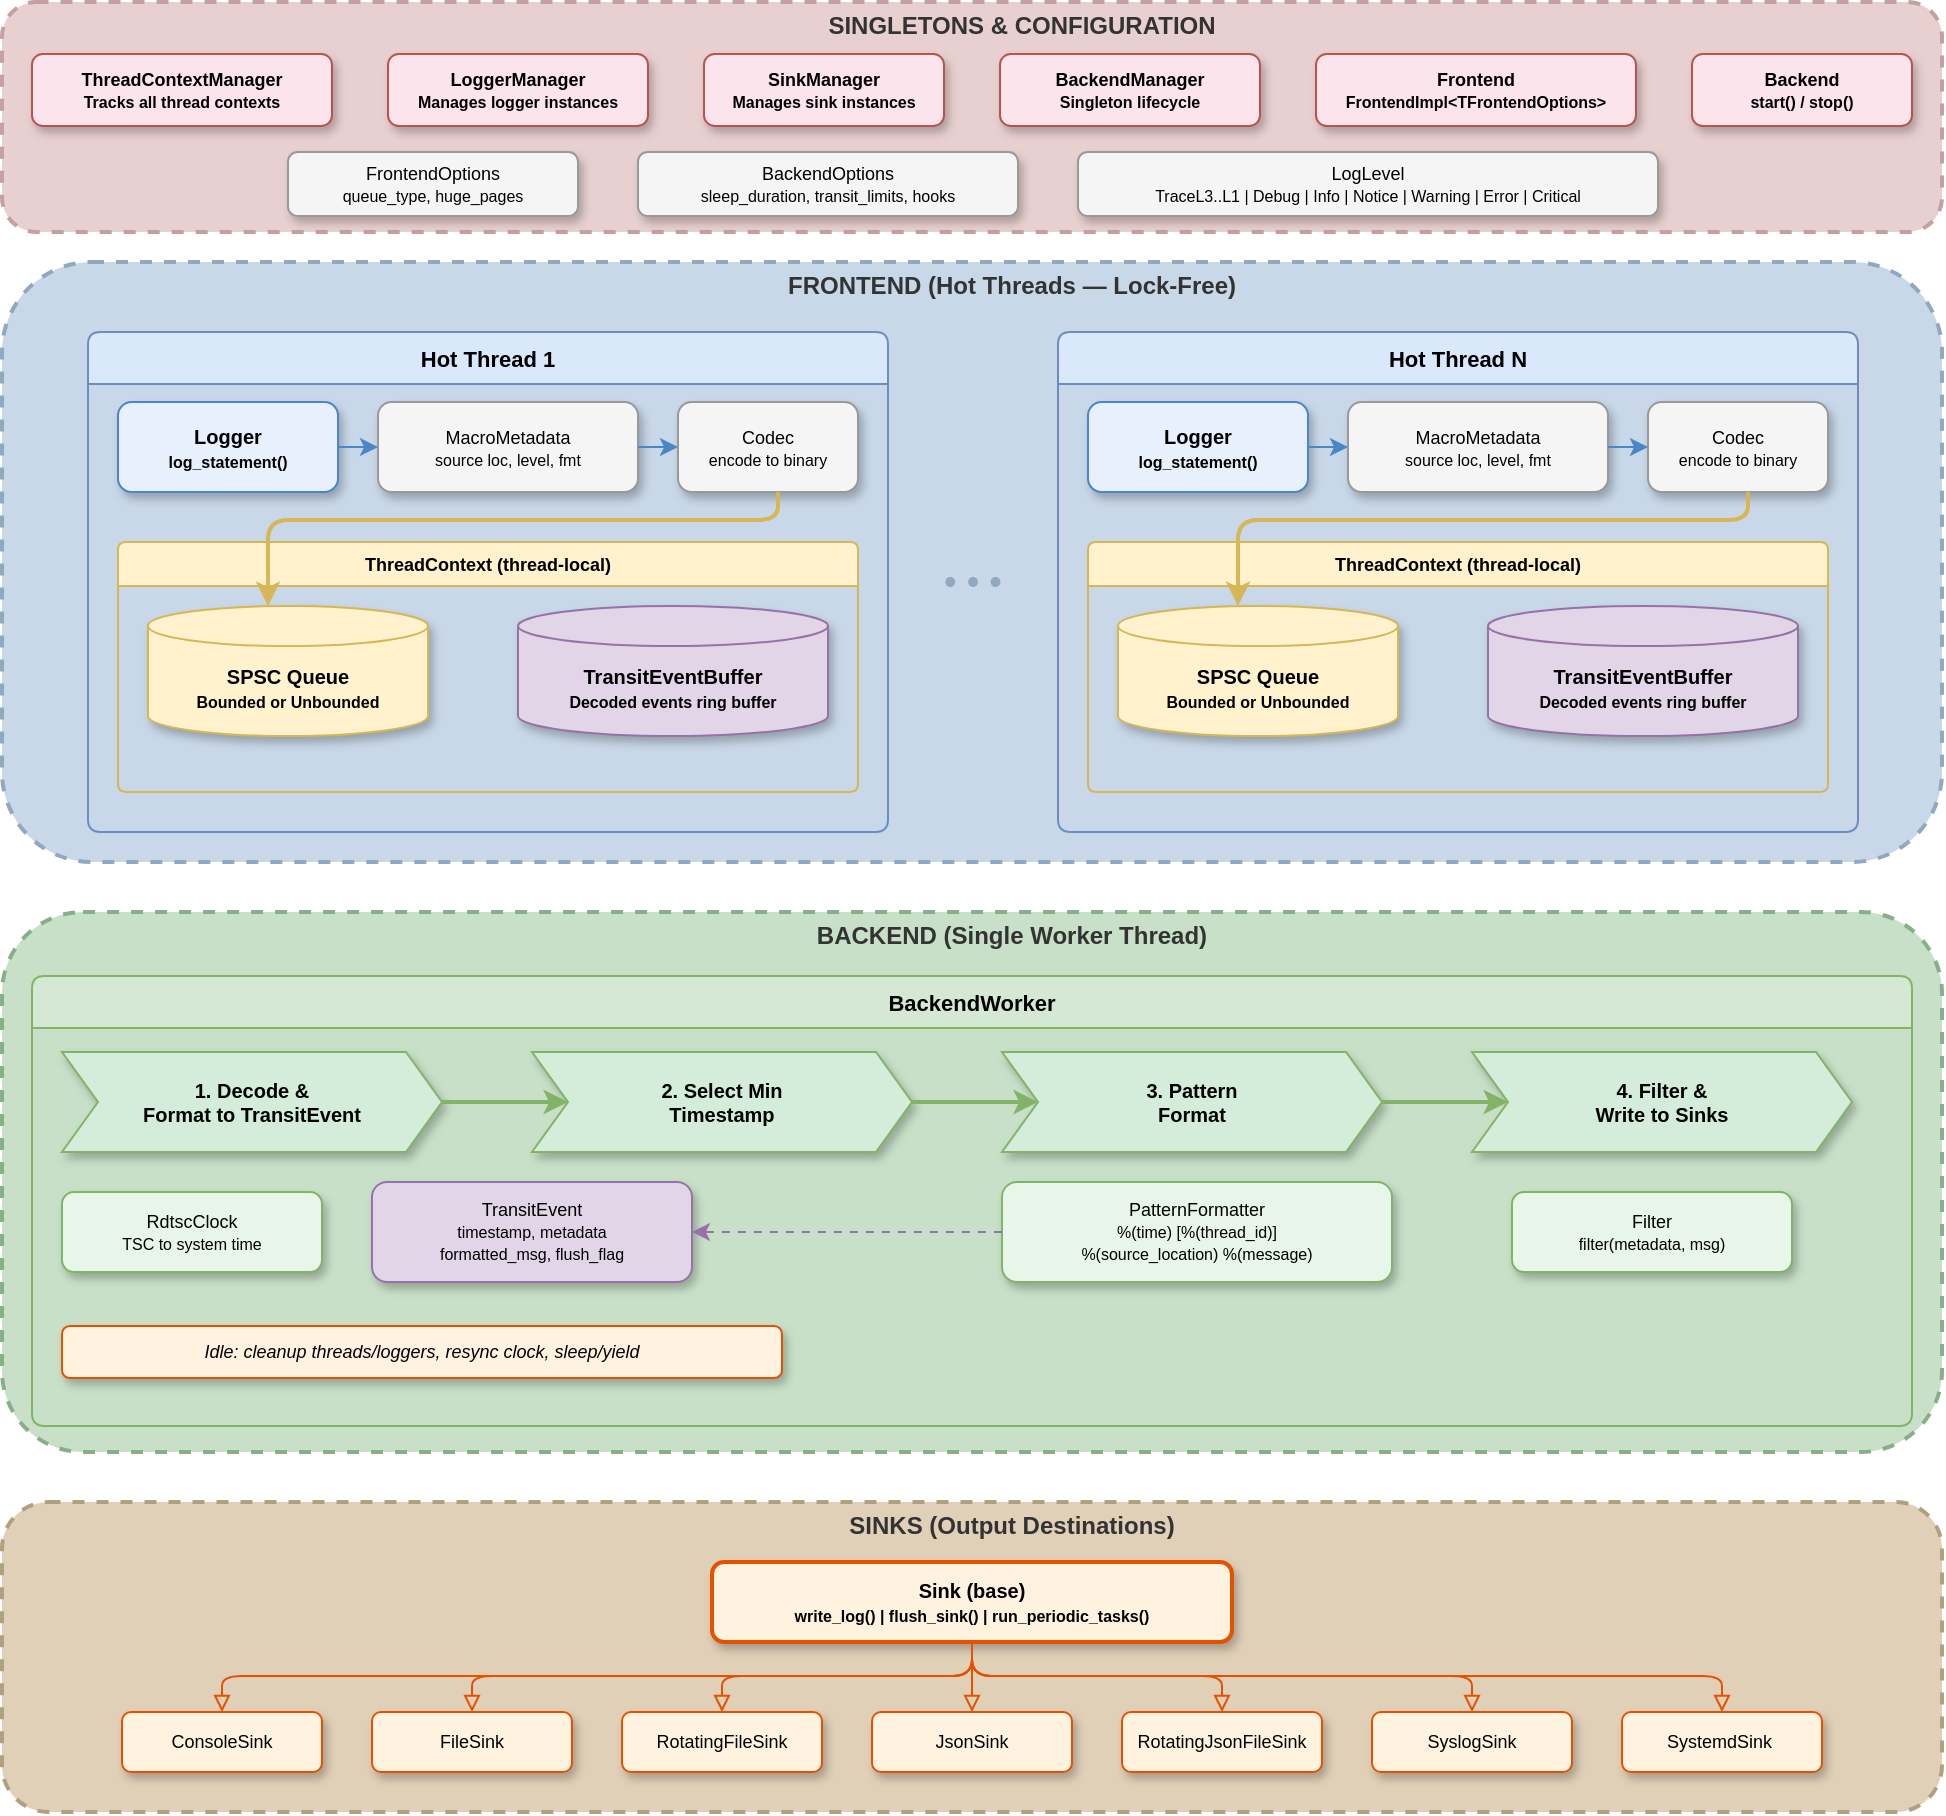
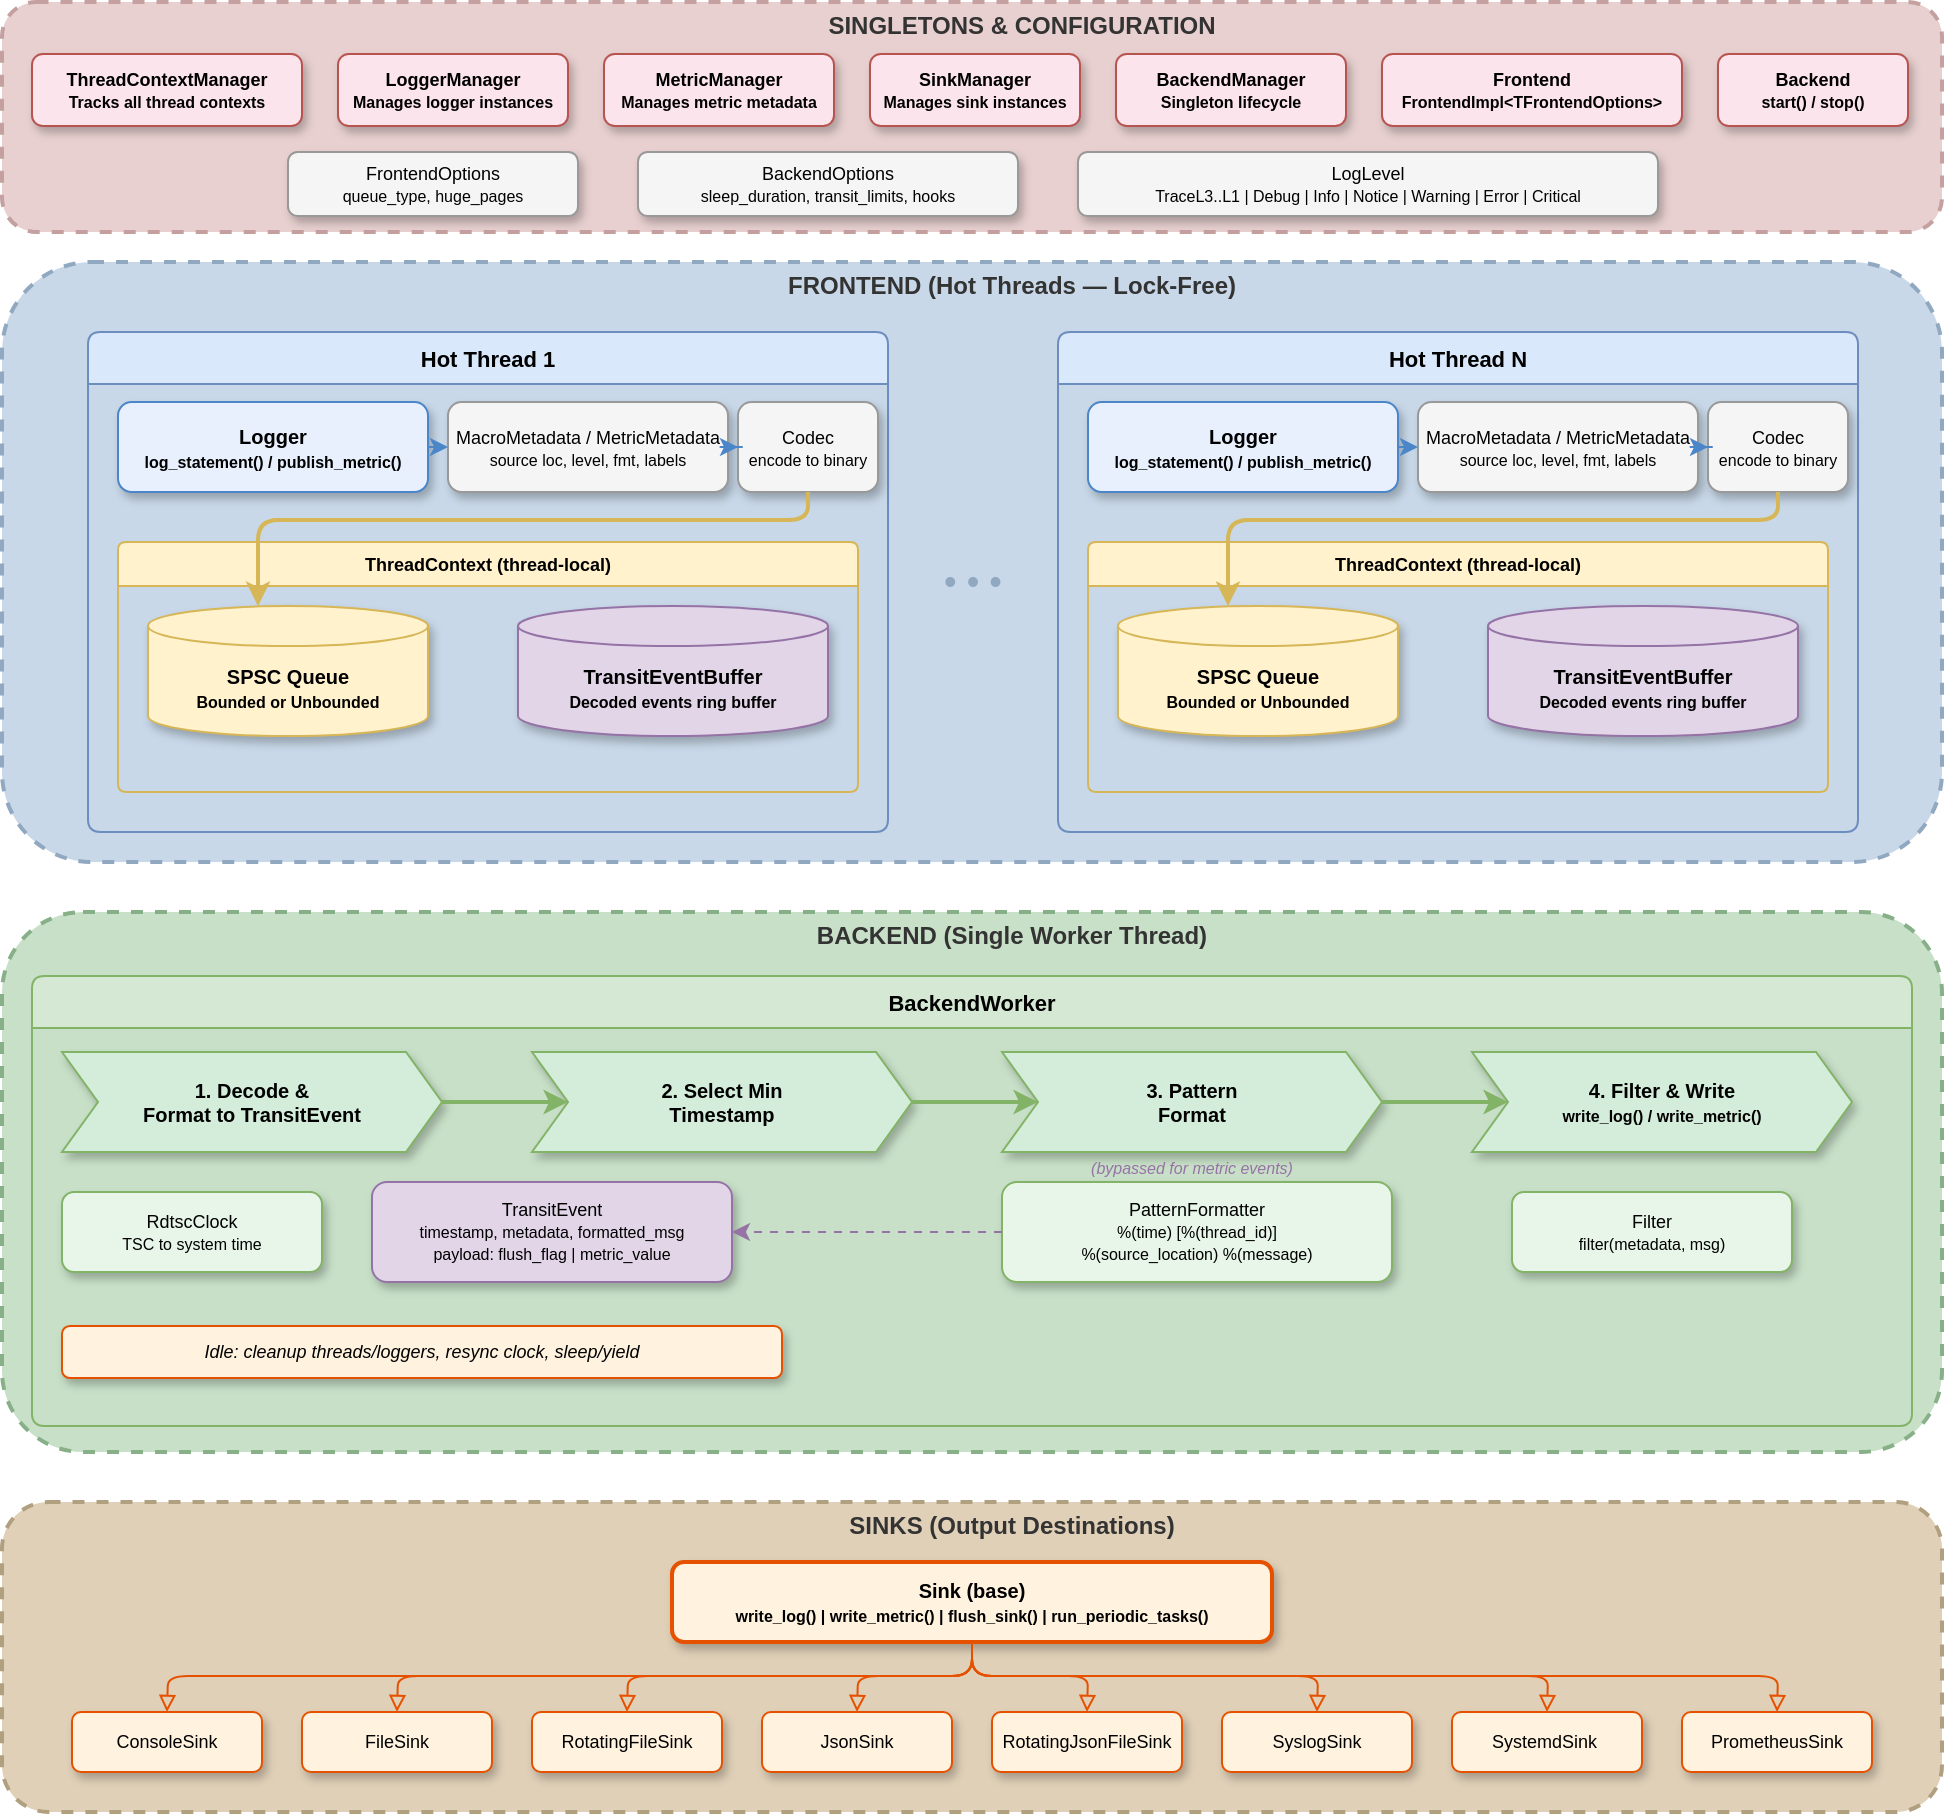
<mxfile host="app.diagrams.net" agent="Mozilla/5.0 (Macintosh; Intel Mac OS X 10_15_7) AppleWebKit/605.1.15 (KHTML, like Gecko) Version/26.3.1 Safari/605.1.15" version="29.6.6">
  <diagram name="Architecture Overview" id="quill-architecture">
    <mxGraphModel dx="1505" dy="960" grid="1" gridSize="10" guides="1" tooltips="1" connect="1" arrows="1" fold="1" page="1" pageScale="1" pageWidth="1200" pageHeight="1100" math="0" shadow="0">
      <root>
        <mxCell id="0" />
        <mxCell id="1" parent="0" />
        <mxCell id="5" parent="1" style="rounded=1;whiteSpace=wrap;html=1;fillColor=#E8D0D0;strokeColor=#C4A0A0;strokeWidth=2;dashed=1;" value="" vertex="1">
          <mxGeometry height="115" width="970" x="30" y="55" as="geometry" />
        </mxCell>
        <mxCell id="6" parent="1" style="text;html=1;fontSize=12;fontStyle=1;align=center;verticalAlign=middle;whiteSpace=wrap;fontColor=#333333;" value="SINGLETONS &amp;amp; CONFIGURATION" vertex="1">
          <mxGeometry height="24" width="300" x="390" y="55" as="geometry" />
        </mxCell>
        <mxCell id="61" parent="1" style="rounded=1;whiteSpace=wrap;html=1;fillColor=#fce4ec;strokeColor=#b85450;fontSize=9;fontStyle=1;shadow=1;" value="ThreadContextManager&lt;br&gt;&lt;font style=&quot;font-size:8px&quot;&gt;Tracks all thread contexts&lt;/font&gt;" vertex="1">
-           <mxGeometry height="36" width="150" x="45" y="81" as="geometry" />
+           <mxGeometry height="36" width="135" x="45" y="81" as="geometry" />
        </mxCell>
        <mxCell id="62" parent="1" style="rounded=1;whiteSpace=wrap;html=1;fillColor=#fce4ec;strokeColor=#b85450;fontSize=9;fontStyle=1;shadow=1;" value="LoggerManager&lt;br&gt;&lt;font style=&quot;font-size:8px&quot;&gt;Manages logger instances&lt;/font&gt;" vertex="1">
-           <mxGeometry height="36" width="130" x="223" y="81" as="geometry" />
+           <mxGeometry height="36" width="115" x="198" y="81" as="geometry" />
+         </mxCell>
+         <mxCell id="200" parent="1" style="rounded=1;whiteSpace=wrap;html=1;fillColor=#fce4ec;strokeColor=#b85450;fontSize=9;fontStyle=1;shadow=1;" value="MetricManager&lt;br&gt;&lt;font style=&quot;font-size:8px&quot;&gt;Manages metric metadata&lt;/font&gt;" vertex="1">
+           <mxGeometry height="36" width="115" x="331" y="81" as="geometry" />
        </mxCell>
        <mxCell id="69" parent="1" style="rounded=1;whiteSpace=wrap;html=1;fillColor=#fce4ec;strokeColor=#b85450;fontSize=9;fontStyle=1;shadow=1;" value="SinkManager&lt;br&gt;&lt;font style=&quot;font-size:8px&quot;&gt;Manages sink instances&lt;/font&gt;" vertex="1">
-           <mxGeometry height="36" width="120" x="381" y="81" as="geometry" />
+           <mxGeometry height="36" width="105" x="464" y="81" as="geometry" />
        </mxCell>
        <mxCell id="63" parent="1" style="rounded=1;whiteSpace=wrap;html=1;fillColor=#fce4ec;strokeColor=#b85450;fontSize=9;fontStyle=1;shadow=1;" value="BackendManager&lt;br&gt;&lt;font style=&quot;font-size:8px&quot;&gt;Singleton lifecycle&lt;/font&gt;" vertex="1">
-           <mxGeometry height="36" width="130" x="529" y="81" as="geometry" />
+           <mxGeometry height="36" width="115" x="587" y="81" as="geometry" />
        </mxCell>
        <mxCell id="64" parent="1" style="rounded=1;whiteSpace=wrap;html=1;fillColor=#fce4ec;strokeColor=#b85450;fontSize=9;fontStyle=1;shadow=1;" value="Frontend&lt;br&gt;&lt;font style=&quot;font-size:8px&quot;&gt;FrontendImpl&amp;lt;TFrontendOptions&amp;gt;&lt;/font&gt;" vertex="1">
-           <mxGeometry height="36" width="160" x="687" y="81" as="geometry" />
+           <mxGeometry height="36" width="150" x="720" y="81" as="geometry" />
        </mxCell>
        <mxCell id="65" parent="1" style="rounded=1;whiteSpace=wrap;html=1;fillColor=#fce4ec;strokeColor=#b85450;fontSize=9;fontStyle=1;shadow=1;" value="Backend&lt;br&gt;&lt;font style=&quot;font-size:8px&quot;&gt;start() / stop()&lt;/font&gt;" vertex="1">
-           <mxGeometry height="36" width="110" x="875" y="81" as="geometry" />
+           <mxGeometry height="36" width="95" x="888" y="81" as="geometry" />
        </mxCell>
        <mxCell id="66" parent="1" style="rounded=1;whiteSpace=wrap;html=1;fillColor=#f5f5f5;strokeColor=#999;fontSize=9;shadow=1;" value="FrontendOptions&lt;br&gt;&lt;font style=&quot;font-size:8px&quot;&gt;queue_type, huge_pages&lt;/font&gt;" vertex="1">
          <mxGeometry height="32" width="145" x="173" y="130" as="geometry" />
        </mxCell>
        <mxCell id="67" parent="1" style="rounded=1;whiteSpace=wrap;html=1;fillColor=#f5f5f5;strokeColor=#999;fontSize=9;shadow=1;" value="BackendOptions&lt;br&gt;&lt;font style=&quot;font-size:8px&quot;&gt;sleep_duration, transit_limits, hooks&lt;/font&gt;" vertex="1">
          <mxGeometry height="32" width="190" x="348" y="130" as="geometry" />
        </mxCell>
        <mxCell id="68" parent="1" style="rounded=1;whiteSpace=wrap;html=1;fillColor=#f5f5f5;strokeColor=#999;fontSize=9;shadow=1;" value="LogLevel&lt;br&gt;&lt;font style=&quot;font-size:8px&quot;&gt;TraceL3..L1 | Debug | Info | Notice | Warning | Error | Critical&lt;/font&gt;" vertex="1">
          <mxGeometry height="32" width="290" x="568" y="130" as="geometry" />
        </mxCell>
        <mxCell id="3" parent="1" style="rounded=1;whiteSpace=wrap;html=1;fillColor=#C8D8E8;strokeColor=#90A8C0;strokeWidth=2;dashed=1;" value="" vertex="1">
          <mxGeometry height="300" width="970" x="30" y="185" as="geometry" />
        </mxCell>
        <mxCell id="4" parent="1" style="text;html=1;fontSize=12;fontStyle=1;align=center;verticalAlign=middle;whiteSpace=wrap;fontColor=#333333;" value="FRONTEND  (Hot Threads — Lock-Free)" vertex="1">
          <mxGeometry height="24" width="300" x="385" y="185" as="geometry" />
        </mxCell>
        <mxCell id="10" parent="1" style="swimlane;startSize=26;fillColor=#dae8fc;strokeColor=#6c8ebf;rounded=1;arcSize=8;fontStyle=1;fontSize=11;swimlaneLine=1;" value="Hot Thread 1" vertex="1">
          <mxGeometry height="250" width="400" x="73" y="220" as="geometry" />
        </mxCell>
-         <mxCell id="11" parent="10" style="rounded=1;whiteSpace=wrap;html=1;fillColor=#e8f0fe;strokeColor=#4a86c8;fontStyle=1;fontSize=10;shadow=1;" value="Logger&lt;br&gt;&lt;font style=&quot;font-size:8px&quot;&gt;log_statement()&lt;/font&gt;" vertex="1">
-           <mxGeometry height="45" width="110" x="15" y="35" as="geometry" />
-         </mxCell>
-         <mxCell id="12" parent="10" style="rounded=1;whiteSpace=wrap;html=1;fillColor=#f5f5f5;strokeColor=#999;fontSize=9;shadow=1;" value="MacroMetadata&lt;br&gt;&lt;font style=&quot;font-size:8px&quot;&gt;source loc, level, fmt&lt;/font&gt;" vertex="1">
-           <mxGeometry height="45" width="130" x="145" y="35" as="geometry" />
+         <mxCell id="11" parent="10" style="rounded=1;whiteSpace=wrap;html=1;fillColor=#e8f0fe;strokeColor=#4a86c8;fontStyle=1;fontSize=10;shadow=1;" value="Logger&lt;br&gt;&lt;font style=&quot;font-size:8px&quot;&gt;log_statement() / publish_metric()&lt;/font&gt;" vertex="1">
+           <mxGeometry height="45" width="155" x="15" y="35" as="geometry" />
+         </mxCell>
+         <mxCell id="12" parent="10" style="rounded=1;whiteSpace=wrap;html=1;fillColor=#f5f5f5;strokeColor=#999;fontSize=9;shadow=1;" value="MacroMetadata / MetricMetadata&lt;br&gt;&lt;font style=&quot;font-size:8px&quot;&gt;source loc, level, fmt, labels&lt;/font&gt;" vertex="1">
+           <mxGeometry height="45" width="140" x="180" y="35" as="geometry" />
        </mxCell>
        <mxCell id="13" parent="10" style="rounded=1;whiteSpace=wrap;html=1;fillColor=#f5f5f5;strokeColor=#999;fontSize=9;shadow=1;" value="Codec&lt;T&gt;&lt;br&gt;&lt;font style=&quot;font-size:8px&quot;&gt;encode to binary&lt;/font&gt;" vertex="1">
-           <mxGeometry height="45" width="90" x="295" y="35" as="geometry" />
+           <mxGeometry height="45" width="70" x="325" y="35" as="geometry" />
        </mxCell>
        <mxCell id="14" parent="10" style="swimlane;startSize=22;fillColor=#fff2cc;strokeColor=#d6b656;rounded=1;arcSize=6;fontStyle=1;fontSize=9;" value="ThreadContext (thread-local)" vertex="1">
          <mxGeometry height="125" width="370" x="15" y="105" as="geometry" />
        </mxCell>
        <mxCell id="15" parent="14" style="shape=cylinder3;whiteSpace=wrap;html=1;boundedLbl=1;backgroundOutline=1;size=10;fillColor=#fff2cc;strokeColor=#d6b656;fontSize=10;fontStyle=1;shadow=1;" value="SPSC Queue&lt;br&gt;&lt;font style=&quot;font-size:8px&quot;&gt;Bounded or Unbounded&lt;/font&gt;" vertex="1">
          <mxGeometry height="65" width="140" x="15" y="32" as="geometry" />
        </mxCell>
        <mxCell id="16" parent="14" style="shape=cylinder3;whiteSpace=wrap;html=1;boundedLbl=1;backgroundOutline=1;size=10;fillColor=#e1d5e7;strokeColor=#9673a6;fontSize=10;fontStyle=1;shadow=1;" value="TransitEventBuffer&lt;br&gt;&lt;font style=&quot;font-size:8px&quot;&gt;Decoded events ring buffer&lt;/font&gt;" vertex="1">
          <mxGeometry height="65" width="155" x="200" y="32" as="geometry" />
        </mxCell>
        <mxCell id="20" edge="1" parent="10" source="11" style="edgeStyle=orthogonalEdgeStyle;rounded=1;strokeColor=#4a86c8;" target="12">
          <mxGeometry relative="1" as="geometry" />
        </mxCell>
        <mxCell id="21" edge="1" parent="10" source="12" style="edgeStyle=orthogonalEdgeStyle;rounded=1;strokeColor=#4a86c8;" target="13">
          <mxGeometry relative="1" as="geometry" />
        </mxCell>
        <mxCell id="22" edge="1" parent="10" source="13" style="edgeStyle=orthogonalEdgeStyle;rounded=1;strokeColor=#d6b656;strokeWidth=2;" target="15">
          <mxGeometry relative="1" as="geometry">
            <Array as="points">
-               <mxPoint x="345" y="94" />
-               <mxPoint x="90" y="94" />
+               <mxPoint x="360" y="94" />
+               <mxPoint x="85" y="94" />
            </Array>
          </mxGeometry>
        </mxCell>
        <mxCell id="30" parent="1" style="swimlane;startSize=26;fillColor=#dae8fc;strokeColor=#6c8ebf;rounded=1;arcSize=8;fontStyle=1;fontSize=11;swimlaneLine=1;" value="Hot Thread N" vertex="1">
          <mxGeometry height="250" width="400" x="558" y="220" as="geometry" />
        </mxCell>
-         <mxCell id="31" parent="30" style="rounded=1;whiteSpace=wrap;html=1;fillColor=#e8f0fe;strokeColor=#4a86c8;fontStyle=1;fontSize=10;shadow=1;" value="Logger&lt;br&gt;&lt;font style=&quot;font-size:8px&quot;&gt;log_statement()&lt;/font&gt;" vertex="1">
-           <mxGeometry height="45" width="110" x="15" y="35" as="geometry" />
-         </mxCell>
-         <mxCell id="32" parent="30" style="rounded=1;whiteSpace=wrap;html=1;fillColor=#f5f5f5;strokeColor=#999;fontSize=9;shadow=1;" value="MacroMetadata&lt;br&gt;&lt;font style=&quot;font-size:8px&quot;&gt;source loc, level, fmt&lt;/font&gt;" vertex="1">
-           <mxGeometry height="45" width="130" x="145" y="35" as="geometry" />
+         <mxCell id="31" parent="30" style="rounded=1;whiteSpace=wrap;html=1;fillColor=#e8f0fe;strokeColor=#4a86c8;fontStyle=1;fontSize=10;shadow=1;" value="Logger&lt;br&gt;&lt;font style=&quot;font-size:8px&quot;&gt;log_statement() / publish_metric()&lt;/font&gt;" vertex="1">
+           <mxGeometry height="45" width="155" x="15" y="35" as="geometry" />
+         </mxCell>
+         <mxCell id="32" parent="30" style="rounded=1;whiteSpace=wrap;html=1;fillColor=#f5f5f5;strokeColor=#999;fontSize=9;shadow=1;" value="MacroMetadata / MetricMetadata&lt;br&gt;&lt;font style=&quot;font-size:8px&quot;&gt;source loc, level, fmt, labels&lt;/font&gt;" vertex="1">
+           <mxGeometry height="45" width="140" x="180" y="35" as="geometry" />
        </mxCell>
        <mxCell id="33" parent="30" style="rounded=1;whiteSpace=wrap;html=1;fillColor=#f5f5f5;strokeColor=#999;fontSize=9;shadow=1;" value="Codec&lt;T&gt;&lt;br&gt;&lt;font style=&quot;font-size:8px&quot;&gt;encode to binary&lt;/font&gt;" vertex="1">
-           <mxGeometry height="45" width="90" x="295" y="35" as="geometry" />
+           <mxGeometry height="45" width="70" x="325" y="35" as="geometry" />
        </mxCell>
        <mxCell id="34" parent="30" style="swimlane;startSize=22;fillColor=#fff2cc;strokeColor=#d6b656;rounded=1;arcSize=6;fontStyle=1;fontSize=9;" value="ThreadContext (thread-local)" vertex="1">
          <mxGeometry height="125" width="370" x="15" y="105" as="geometry" />
        </mxCell>
        <mxCell id="35" parent="34" style="shape=cylinder3;whiteSpace=wrap;html=1;boundedLbl=1;backgroundOutline=1;size=10;fillColor=#fff2cc;strokeColor=#d6b656;fontSize=10;fontStyle=1;shadow=1;" value="SPSC Queue&lt;br&gt;&lt;font style=&quot;font-size:8px&quot;&gt;Bounded or Unbounded&lt;/font&gt;" vertex="1">
          <mxGeometry height="65" width="140" x="15" y="32" as="geometry" />
        </mxCell>
        <mxCell id="36" parent="34" style="shape=cylinder3;whiteSpace=wrap;html=1;boundedLbl=1;backgroundOutline=1;size=10;fillColor=#e1d5e7;strokeColor=#9673a6;fontSize=10;fontStyle=1;shadow=1;" value="TransitEventBuffer&lt;br&gt;&lt;font style=&quot;font-size:8px&quot;&gt;Decoded events ring buffer&lt;/font&gt;" vertex="1">
          <mxGeometry height="65" width="155" x="200" y="32" as="geometry" />
        </mxCell>
        <mxCell id="40" edge="1" parent="30" source="31" style="edgeStyle=orthogonalEdgeStyle;rounded=1;strokeColor=#4a86c8;" target="32">
          <mxGeometry relative="1" as="geometry" />
        </mxCell>
        <mxCell id="41" edge="1" parent="30" source="32" style="edgeStyle=orthogonalEdgeStyle;rounded=1;strokeColor=#4a86c8;" target="33">
          <mxGeometry relative="1" as="geometry" />
        </mxCell>
        <mxCell id="42" edge="1" parent="30" source="33" style="edgeStyle=orthogonalEdgeStyle;rounded=1;strokeColor=#d6b656;strokeWidth=2;" target="35">
          <mxGeometry relative="1" as="geometry">
            <Array as="points">
-               <mxPoint x="345" y="94" />
-               <mxPoint x="90" y="94" />
+               <mxPoint x="360" y="94" />
+               <mxPoint x="85" y="94" />
            </Array>
          </mxGeometry>
        </mxCell>
        <mxCell id="50" parent="1" style="text;html=1;fontSize=18;fontStyle=0;align=center;verticalAlign=middle;fontColor=#90A8C0;" value="&amp;bull; &amp;bull; &amp;bull;" vertex="1">
          <mxGeometry height="30" width="70" x="480" y="330" as="geometry" />
        </mxCell>
        <mxCell id="70" parent="1" style="rounded=1;whiteSpace=wrap;html=1;fillColor=#C8E0C8;strokeColor=#88B088;strokeWidth=2;dashed=1;" value="" vertex="1">
          <mxGeometry height="270" width="970" x="30" y="510" as="geometry" />
        </mxCell>
        <mxCell id="71" parent="1" style="text;html=1;fontSize=12;fontStyle=1;align=center;verticalAlign=middle;whiteSpace=wrap;fontColor=#333333;" value="BACKEND  (Single Worker Thread)" vertex="1">
          <mxGeometry height="24" width="300" x="385" y="510" as="geometry" />
        </mxCell>
        <mxCell id="80" parent="1" style="swimlane;startSize=26;fillColor=#d5e8d4;strokeColor=#82b366;rounded=1;arcSize=8;fontStyle=1;fontSize=11;" value="BackendWorker" vertex="1">
          <mxGeometry height="225" width="940" x="45" y="542" as="geometry" />
        </mxCell>
        <mxCell id="81" parent="80" style="shape=step;perimeter=stepPerimeter;whiteSpace=wrap;html=1;fixedSize=1;size=18;fillColor=#d4edda;strokeColor=#82b366;fontSize=10;fontStyle=1;shadow=1;" value="1. Decode &amp;amp;&lt;br&gt;Format to TransitEvent" vertex="1">
          <mxGeometry height="50" width="190" x="15" y="38" as="geometry" />
        </mxCell>
        <mxCell id="82" parent="80" style="shape=step;perimeter=stepPerimeter;whiteSpace=wrap;html=1;fixedSize=1;size=18;fillColor=#d4edda;strokeColor=#82b366;fontSize=10;fontStyle=1;shadow=1;" value="2. Select Min&lt;br&gt;Timestamp" vertex="1">
          <mxGeometry height="50" width="190" x="250" y="38" as="geometry" />
        </mxCell>
        <mxCell id="83" parent="80" style="shape=step;perimeter=stepPerimeter;whiteSpace=wrap;html=1;fixedSize=1;size=18;fillColor=#d4edda;strokeColor=#82b366;fontSize=10;fontStyle=1;shadow=1;" value="3. Pattern&lt;br&gt;Format" vertex="1">
          <mxGeometry height="50" width="190" x="485" y="38" as="geometry" />
        </mxCell>
-         <mxCell id="84" parent="80" style="shape=step;perimeter=stepPerimeter;whiteSpace=wrap;html=1;fixedSize=1;size=18;fillColor=#d4edda;strokeColor=#82b366;fontSize=10;fontStyle=1;shadow=1;" value="4. Filter &amp;amp;&lt;br&gt;Write to Sinks" vertex="1">
+         <mxCell id="84" parent="80" style="shape=step;perimeter=stepPerimeter;whiteSpace=wrap;html=1;fixedSize=1;size=18;fillColor=#d4edda;strokeColor=#82b366;fontSize=10;fontStyle=1;shadow=1;" value="4. Filter &amp;amp; Write&lt;br&gt;&lt;font style=&quot;font-size:8px&quot;&gt;write_log() / write_metric()&lt;/font&gt;" vertex="1">
          <mxGeometry height="50" width="190" x="720" y="38" as="geometry" />
        </mxCell>
        <mxCell id="87" edge="1" parent="80" source="81" style="rounded=1;strokeColor=#82b366;strokeWidth=2;" target="82">
          <mxGeometry relative="1" as="geometry" />
        </mxCell>
        <mxCell id="88" edge="1" parent="80" source="82" style="rounded=1;strokeColor=#82b366;strokeWidth=2;" target="83">
          <mxGeometry relative="1" as="geometry" />
        </mxCell>
        <mxCell id="89" edge="1" parent="80" source="83" style="rounded=1;strokeColor=#82b366;strokeWidth=2;" target="84">
          <mxGeometry relative="1" as="geometry" />
+         </mxCell>
+         <mxCell id="201" parent="80" style="text;html=1;align=center;verticalAlign=middle;whiteSpace=wrap;fontSize=8;fontStyle=2;fontColor=#9673a6;" value="(bypassed for metric events)" vertex="1">
+           <mxGeometry height="13" width="170" x="495" y="89" as="geometry" />
        </mxCell>
        <mxCell id="92" parent="80" style="rounded=1;whiteSpace=wrap;html=1;fillColor=#e8f5e9;strokeColor=#82b366;fontSize=9;shadow=1;" value="RdtscClock&lt;br&gt;&lt;font style=&quot;font-size:8px&quot;&gt;TSC to system time&lt;/font&gt;" vertex="1">
          <mxGeometry height="40" width="130" x="15" y="108" as="geometry" />
        </mxCell>
-         <mxCell id="93" parent="80" style="rounded=1;whiteSpace=wrap;html=1;fillColor=#e1d5e7;strokeColor=#9673a6;fontSize=9;shadow=1;" value="TransitEvent&lt;br&gt;&lt;font style=&quot;font-size:8px&quot;&gt;timestamp, metadata&lt;br&gt;formatted_msg, flush_flag&lt;/font&gt;" vertex="1">
-           <mxGeometry height="50" width="160" x="170" y="103" as="geometry" />
+         <mxCell id="93" parent="80" style="rounded=1;whiteSpace=wrap;html=1;fillColor=#e1d5e7;strokeColor=#9673a6;fontSize=9;shadow=1;" value="TransitEvent&lt;br&gt;&lt;font style=&quot;font-size:8px&quot;&gt;timestamp, metadata, formatted_msg&lt;br&gt;payload: flush_flag | metric_value&lt;/font&gt;" vertex="1">
+           <mxGeometry height="50" width="180" x="170" y="103" as="geometry" />
        </mxCell>
        <mxCell id="94" parent="80" style="rounded=1;whiteSpace=wrap;html=1;fillColor=#e8f5e9;strokeColor=#82b366;fontSize=9;shadow=1;" value="PatternFormatter&lt;br&gt;&lt;font style=&quot;font-size:8px&quot;&gt;%(time) [%(thread_id)]&lt;br&gt;%(source_location) %(message)&lt;/font&gt;" vertex="1">
          <mxGeometry height="50" width="195" x="485" y="103" as="geometry" />
        </mxCell>
        <mxCell id="95" parent="80" style="rounded=1;whiteSpace=wrap;html=1;fillColor=#e8f5e9;strokeColor=#82b366;fontSize=9;shadow=1;" value="Filter&lt;br&gt;&lt;font style=&quot;font-size:8px&quot;&gt;filter(metadata, msg)&lt;/font&gt;" vertex="1">
          <mxGeometry height="40" width="140" x="740" y="108" as="geometry" />
        </mxCell>
        <mxCell id="96" parent="80" style="rounded=1;whiteSpace=wrap;html=1;fillColor=#fff3e0;strokeColor=#e65100;fontSize=9;fontStyle=2;shadow=1;" value="Idle: cleanup threads/loggers, resync clock, sleep/yield" vertex="1">
          <mxGeometry height="26" width="360" x="15" y="175" as="geometry" />
        </mxCell>
        <mxCell id="97" edge="1" parent="80" source="94" style="rounded=1;strokeColor=#9673a6;strokeWidth=1;dashed=1;dashPattern=4 4;fontStyle=2;fontSize=8;labelBackgroundColor=none;" target="93" value="">
          <mxGeometry relative="1" as="geometry" />
        </mxCell>
        <mxCell id="110" parent="1" style="rounded=1;whiteSpace=wrap;html=1;fillColor=#E0D0B8;strokeColor=#B0A080;strokeWidth=2;dashed=1;" value="" vertex="1">
          <mxGeometry height="155" width="970" x="30" y="805" as="geometry" />
        </mxCell>
        <mxCell id="111" parent="1" style="text;html=1;fontSize=12;fontStyle=1;align=center;verticalAlign=middle;whiteSpace=wrap;fontColor=#333333;" value="SINKS  (Output Destinations)" vertex="1">
          <mxGeometry height="24" width="300" x="385" y="805" as="geometry" />
        </mxCell>
-         <mxCell id="120" parent="1" style="rounded=1;whiteSpace=wrap;html=1;fillColor=#fff3e0;strokeColor=#e65100;fontSize=10;fontStyle=1;shadow=1;strokeWidth=2;" value="Sink (base)&lt;br&gt;&lt;font style=&quot;font-size:8px&quot;&gt;write_log() | flush_sink() | run_periodic_tasks()&lt;/font&gt;" vertex="1">
-           <mxGeometry height="40" width="260" x="385" y="835" as="geometry" />
+         <mxCell id="120" parent="1" style="rounded=1;whiteSpace=wrap;html=1;fillColor=#fff3e0;strokeColor=#e65100;fontSize=10;fontStyle=1;shadow=1;strokeWidth=2;" value="Sink (base)&lt;br&gt;&lt;font style=&quot;font-size:8px&quot;&gt;write_log() | write_metric() | flush_sink() | run_periodic_tasks()&lt;/font&gt;" vertex="1">
+           <mxGeometry height="40" width="300" x="365" y="835" as="geometry" />
        </mxCell>
        <mxCell id="121" parent="1" style="rounded=1;whiteSpace=wrap;html=1;fillColor=#fff3e0;strokeColor=#e65100;fontSize=9;shadow=1;" value="ConsoleSink" vertex="1">
-           <mxGeometry height="30" width="100" x="90" y="910" as="geometry" />
+           <mxGeometry height="30" width="95" x="65" y="910" as="geometry" />
        </mxCell>
        <mxCell id="122" parent="1" style="rounded=1;whiteSpace=wrap;html=1;fillColor=#fff3e0;strokeColor=#e65100;fontSize=9;shadow=1;" value="FileSink" vertex="1">
-           <mxGeometry height="30" width="100" x="215" y="910" as="geometry" />
+           <mxGeometry height="30" width="95" x="180" y="910" as="geometry" />
        </mxCell>
        <mxCell id="123" parent="1" style="rounded=1;whiteSpace=wrap;html=1;fillColor=#fff3e0;strokeColor=#e65100;fontSize=9;shadow=1;" value="RotatingFileSink" vertex="1">
-           <mxGeometry height="30" width="100" x="340" y="910" as="geometry" />
+           <mxGeometry height="30" width="95" x="295" y="910" as="geometry" />
        </mxCell>
        <mxCell id="124" parent="1" style="rounded=1;whiteSpace=wrap;html=1;fillColor=#fff3e0;strokeColor=#e65100;fontSize=9;shadow=1;" value="JsonSink" vertex="1">
-           <mxGeometry height="30" width="100" x="465" y="910" as="geometry" />
+           <mxGeometry height="30" width="95" x="410" y="910" as="geometry" />
        </mxCell>
        <mxCell id="125" parent="1" style="rounded=1;whiteSpace=wrap;html=1;fillColor=#fff3e0;strokeColor=#e65100;fontSize=9;shadow=1;" value="RotatingJsonFileSink" vertex="1">
-           <mxGeometry height="30" width="100" x="590" y="910" as="geometry" />
+           <mxGeometry height="30" width="95" x="525" y="910" as="geometry" />
        </mxCell>
        <mxCell id="126" parent="1" style="rounded=1;whiteSpace=wrap;html=1;fillColor=#fff3e0;strokeColor=#e65100;fontSize=9;shadow=1;" value="SyslogSink" vertex="1">
-           <mxGeometry height="30" width="100" x="715" y="910" as="geometry" />
+           <mxGeometry height="30" width="95" x="640" y="910" as="geometry" />
        </mxCell>
        <mxCell id="127" parent="1" style="rounded=1;whiteSpace=wrap;html=1;fillColor=#fff3e0;strokeColor=#e65100;fontSize=9;shadow=1;" value="SystemdSink&amp;nbsp;" vertex="1">
-           <mxGeometry height="30" width="100" x="840" y="910" as="geometry" />
+           <mxGeometry height="30" width="95" x="755" y="910" as="geometry" />
+         </mxCell>
+         <mxCell id="128" parent="1" style="rounded=1;whiteSpace=wrap;html=1;fillColor=#fff3e0;strokeColor=#e65100;fontSize=9;shadow=1;" value="PrometheusSink" vertex="1">
+           <mxGeometry height="30" width="95" x="870" y="910" as="geometry" />
        </mxCell>
        <mxCell id="130" edge="1" parent="1" source="120" style="rounded=1;strokeColor=#e65100;endArrow=block;endFill=0;strokeWidth=1;exitX=0.5;exitY=1;exitDx=0;exitDy=0;entryX=0.5;entryY=0;entryDx=0;entryDy=0;" target="121">
          <mxGeometry relative="1" as="geometry">
            <Array as="points">
              <mxPoint x="515" y="892" />
-               <mxPoint x="140" y="892" />
+               <mxPoint x="113" y="892" />
            </Array>
          </mxGeometry>
        </mxCell>
        <mxCell id="131" edge="1" parent="1" source="120" style="rounded=1;strokeColor=#e65100;endArrow=block;endFill=0;strokeWidth=1;exitX=0.5;exitY=1;exitDx=0;exitDy=0;entryX=0.5;entryY=0;entryDx=0;entryDy=0;" target="122">
          <mxGeometry relative="1" as="geometry">
            <Array as="points">
              <mxPoint x="515" y="892" />
-               <mxPoint x="265" y="892" />
+               <mxPoint x="228" y="892" />
            </Array>
          </mxGeometry>
        </mxCell>
        <mxCell id="132" edge="1" parent="1" source="120" style="rounded=1;strokeColor=#e65100;endArrow=block;endFill=0;strokeWidth=1;exitX=0.5;exitY=1;exitDx=0;exitDy=0;entryX=0.5;entryY=0;entryDx=0;entryDy=0;" target="123">
          <mxGeometry relative="1" as="geometry">
            <Array as="points">
              <mxPoint x="515" y="892" />
-               <mxPoint x="390" y="892" />
+               <mxPoint x="343" y="892" />
            </Array>
          </mxGeometry>
        </mxCell>
        <mxCell id="133" edge="1" parent="1" source="120" style="rounded=1;strokeColor=#e65100;endArrow=block;endFill=0;strokeWidth=1;exitX=0.5;exitY=1;exitDx=0;exitDy=0;entryX=0.5;entryY=0;entryDx=0;entryDy=0;" target="124">
          <mxGeometry relative="1" as="geometry">
            <Array as="points">
              <mxPoint x="515" y="892" />
-               <mxPoint x="515" y="892" />
+               <mxPoint x="458" y="892" />
            </Array>
          </mxGeometry>
        </mxCell>
        <mxCell id="134" edge="1" parent="1" source="120" style="rounded=1;strokeColor=#e65100;endArrow=block;endFill=0;strokeWidth=1;exitX=0.5;exitY=1;exitDx=0;exitDy=0;entryX=0.5;entryY=0;entryDx=0;entryDy=0;" target="125">
          <mxGeometry relative="1" as="geometry">
            <Array as="points">
              <mxPoint x="515" y="892" />
-               <mxPoint x="640" y="892" />
+               <mxPoint x="573" y="892" />
            </Array>
          </mxGeometry>
        </mxCell>
        <mxCell id="135" edge="1" parent="1" source="120" style="rounded=1;strokeColor=#e65100;endArrow=block;endFill=0;strokeWidth=1;exitX=0.5;exitY=1;exitDx=0;exitDy=0;entryX=0.5;entryY=0;entryDx=0;entryDy=0;" target="126">
          <mxGeometry relative="1" as="geometry">
            <Array as="points">
              <mxPoint x="515" y="892" />
-               <mxPoint x="765" y="892" />
+               <mxPoint x="688" y="892" />
            </Array>
          </mxGeometry>
        </mxCell>
        <mxCell id="136" edge="1" parent="1" source="120" style="rounded=1;strokeColor=#e65100;endArrow=block;endFill=0;strokeWidth=1;exitX=0.5;exitY=1;exitDx=0;exitDy=0;entryX=0.5;entryY=0;entryDx=0;entryDy=0;" target="127">
          <mxGeometry relative="1" as="geometry">
            <Array as="points">
              <mxPoint x="515" y="892" />
-               <mxPoint x="890" y="892" />
+               <mxPoint x="803" y="892" />
+             </Array>
+           </mxGeometry>
+         </mxCell>
+         <mxCell id="137" edge="1" parent="1" source="120" style="rounded=1;strokeColor=#e65100;endArrow=block;endFill=0;strokeWidth=1;exitX=0.5;exitY=1;exitDx=0;exitDy=0;entryX=0.5;entryY=0;entryDx=0;entryDy=0;" target="128">
+           <mxGeometry relative="1" as="geometry">
+             <Array as="points">
+               <mxPoint x="515" y="892" />
+               <mxPoint x="918" y="892" />
            </Array>
          </mxGeometry>
        </mxCell>
      </root>
    </mxGraphModel>
  </diagram>
</mxfile>
